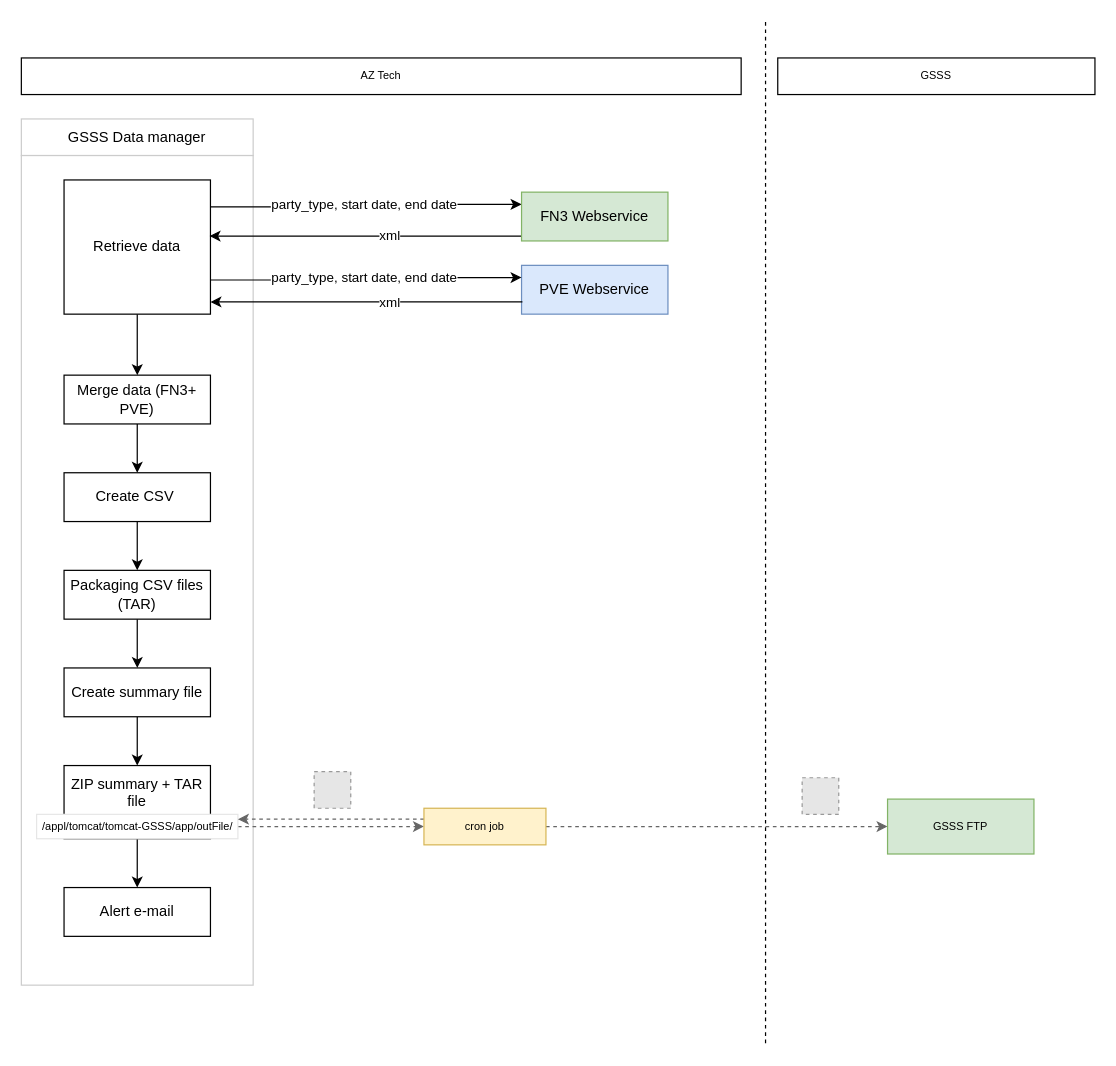
phatcharalaw/my-doc keeps this draw.io diagram as GSSS - KT.drawio. Above is the earlier version. Source tidied: cells renumbered, new cells numbered last; positions are measured from the earlier drawing's top-left corner, leaving out a move shared by most shapes. Both pictures are drawn from the tidied source at 122%, with x=0, y=0 at pixel (21, 21). Pictures stored in the file or linked from it are replaced by grey dashed boxes.
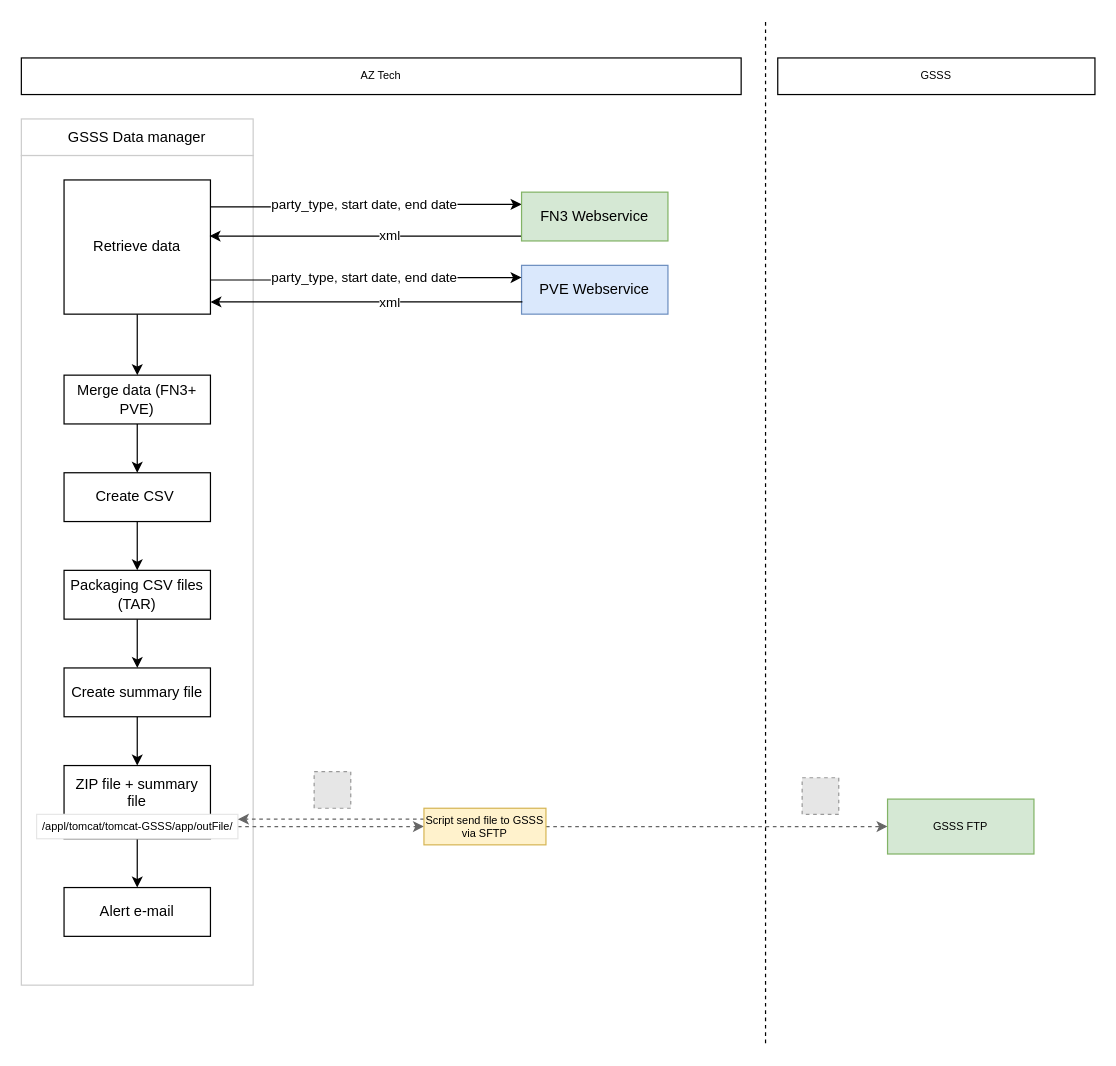
After the change.

What changed in the source:
```diff
@@
-    <mxCell id="25" value="ZIP summary + TAR file&lt;br&gt;&amp;nbsp;" style="rounded=0;whiteSpace=wrap;html=1;align=center;" parent="1" vertex="1">
+    <mxCell id="25" value="ZIP file + summary file&lt;br&gt;&amp;nbsp;" style="rounded=0;whiteSpace=wrap;html=1;align=center;" parent="1" vertex="1">
       <mxGeometry x="35" y="610" width="120" height="60" as="geometry" />
     </mxCell>
@@
-    <mxCell id="31" value="cron job" style="rounded=0;whiteSpace=wrap;html=1;strokeColor=#d6b656;fillColor=#fff2cc;fontSize=9;align=center;" parent="1" vertex="1">
+    <mxCell id="31" value="Script send file to GSSS via SFTP" style="rounded=0;whiteSpace=wrap;html=1;strokeColor=#d6b656;fillColor=#fff2cc;fontSize=9;align=center;" parent="1" vertex="1">
       <mxGeometry x="330" y="645" width="100" height="30" as="geometry" />
     </mxCell>
```
